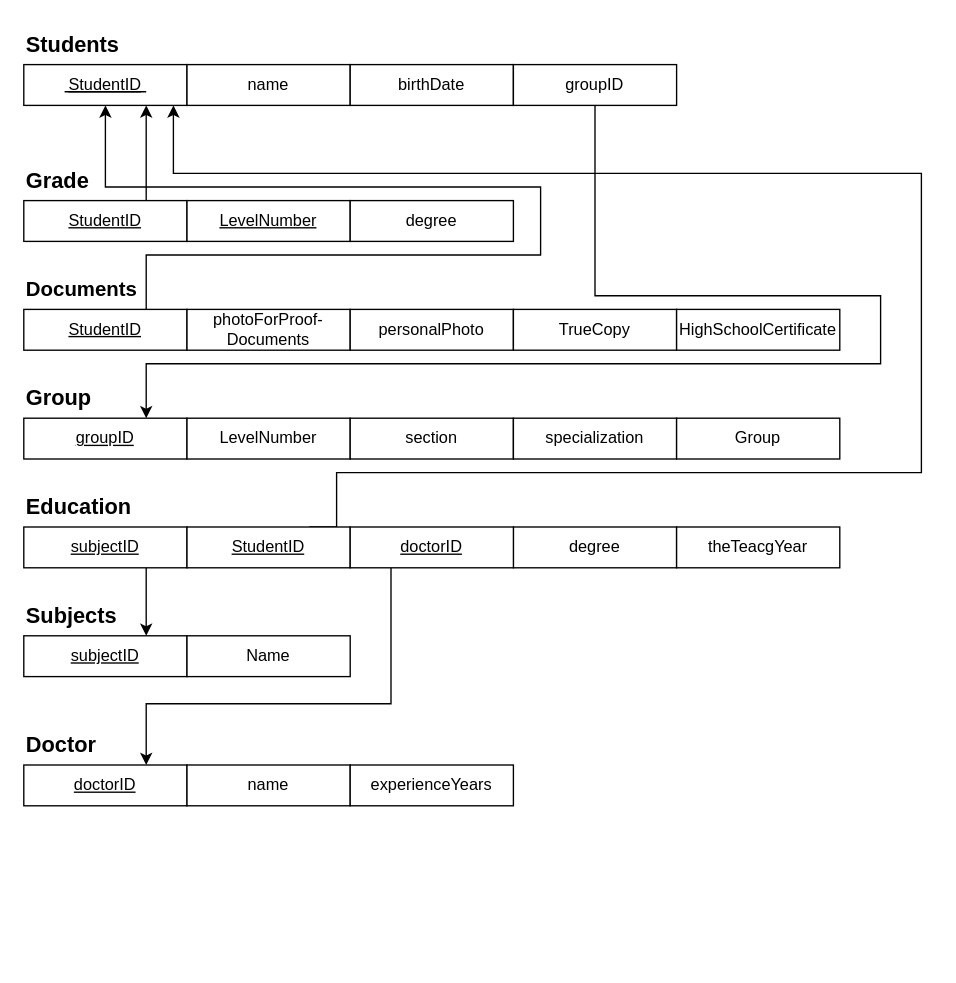
This is page "Copy of Copy of Page-2" (2 of 9) of Digrams, pdf/ERD-Tanzim.drawio from mohammed-aljablai/Tanzim, a draw.io file, before an edit. Source tidied: cells renumbered, new cells numbered last; positions are measured from the earlier drawing's top-left corner, leaving out a move shared by most shapes. Both pictures are drawn from the tidied source at 136%, with x=0, y=0 at pixel (23, 23).
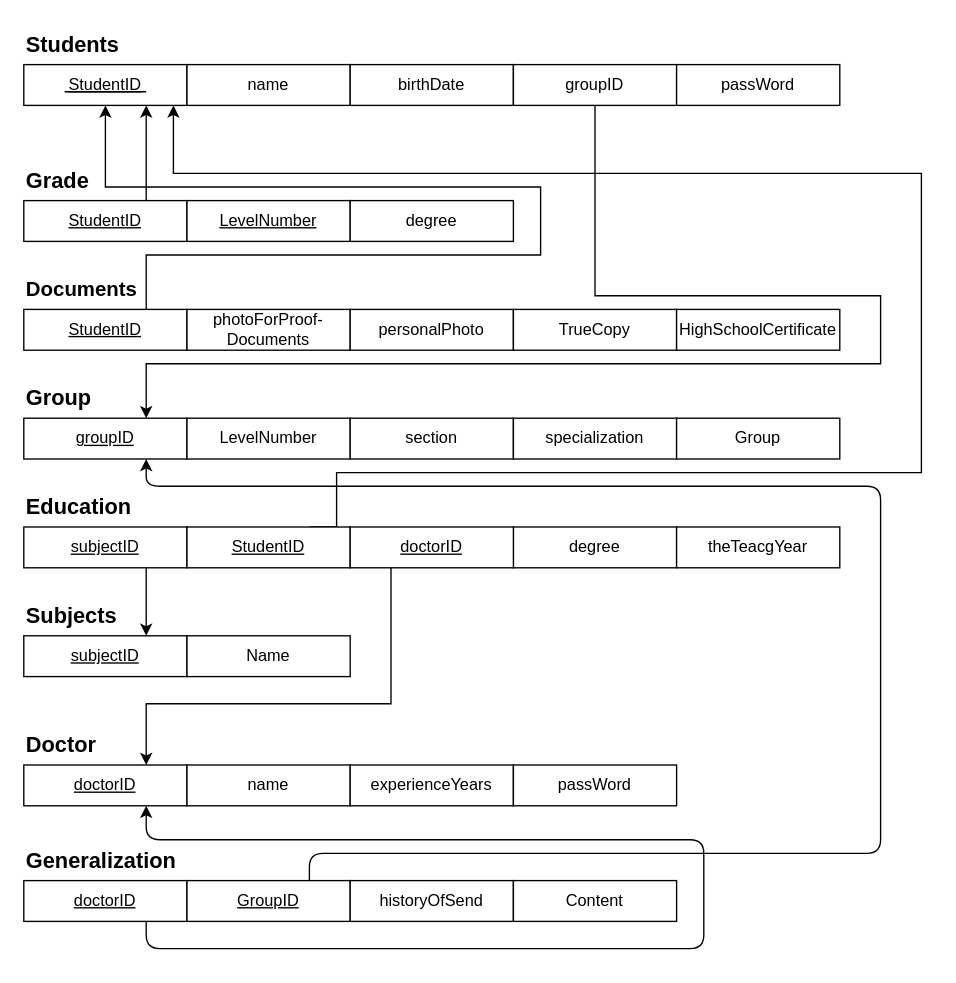
Above is the later version.

Unchanged cells that the change refers to:
```xml
<mxCell id="22" value="groupID" style="rounded=0;whiteSpace=wrap;html=1;fontStyle=4;" parent="1" vertex="1">
  <mxGeometry y="290" width="120" height="30" as="geometry" />
</mxCell>
<mxCell id="31" value="&lt;div style=&quot;text-align: left;&quot;&gt;&lt;span style=&quot;background-color: initial;&quot;&gt;&lt;font style=&quot;font-size: 12px;&quot;&gt;&lt;u&gt;doctorID&lt;/u&gt;&lt;/font&gt;&lt;/span&gt;&lt;/div&gt;" style="rounded=0;whiteSpace=wrap;html=1;" parent="1" vertex="1">
  <mxGeometry y="545" width="120" height="30" as="geometry" />
</mxCell>
```

What changed in the source:
```diff
@@
+    <mxCell id="43" value="passWord" style="rounded=0;whiteSpace=wrap;html=1;" parent="1" vertex="1">
+      <mxGeometry x="360" y="545" width="120" height="30" as="geometry" />
+    </mxCell>
+    <mxCell id="44" value="passWord" style="rounded=0;whiteSpace=wrap;html=1;" parent="1" vertex="1">
+      <mxGeometry x="480" y="30" width="120" height="30" as="geometry" />
+    </mxCell>
+    <mxCell id="45" value="&lt;b style=&quot;font-size: 16px; text-align: center;&quot;&gt;Generalization&lt;/b&gt;" style="text;html=1;align=left;verticalAlign=middle;whiteSpace=wrap;rounded=0;" parent="1" vertex="1">
+      <mxGeometry y="600" width="130" height="30" as="geometry" />
+    </mxCell>
+    <mxCell id="46" style="edgeStyle=orthogonalEdgeStyle;rounded=1;jettySize=auto;html=1;exitX=0.75;exitY=1;exitDx=0;exitDy=0;entryX=0.75;entryY=1;entryDx=0;entryDy=0;" parent="1" edge="1" source="47" target="31">
+      <mxGeometry relative="1" as="geometry">
+        <Array as="points">
+          <mxPoint x="90" y="680" />
+          <mxPoint x="500" y="680" />
+          <mxPoint x="500" y="600" />
+          <mxPoint x="90" y="600" />
+        </Array>
+      </mxGeometry>
+    </mxCell>
+    <mxCell id="47" value="&lt;div style=&quot;text-align: left;&quot;&gt;&lt;span style=&quot;background-color: initial;&quot;&gt;&lt;font style=&quot;font-size: 12px;&quot;&gt;&lt;u&gt;doctorID&lt;/u&gt;&lt;/font&gt;&lt;/span&gt;&lt;/div&gt;" style="rounded=0;whiteSpace=wrap;html=1;" parent="1" vertex="1">
+      <mxGeometry y="630" width="120" height="30" as="geometry" />
+    </mxCell>
+    <mxCell id="48" style="edgeStyle=orthogonalEdgeStyle;rounded=1;jettySize=auto;html=1;exitX=0.75;exitY=0;exitDx=0;exitDy=0;entryX=0.75;entryY=1;entryDx=0;entryDy=0;" parent="1" edge="1" source="49" target="22">
+      <mxGeometry relative="1" as="geometry">
+        <Array as="points">
+          <mxPoint x="210" y="610" />
+          <mxPoint x="630" y="610" />
+          <mxPoint x="630" y="340" />
+          <mxPoint x="90" y="340" />
+        </Array>
+      </mxGeometry>
+    </mxCell>
+    <mxCell id="49" value="&lt;u&gt;GroupID&lt;/u&gt;" style="rounded=0;whiteSpace=wrap;html=1;" parent="1" vertex="1">
+      <mxGeometry x="120" y="630" width="120" height="30" as="geometry" />
+    </mxCell>
+    <mxCell id="50" value="historyOfSend" style="rounded=0;whiteSpace=wrap;html=1;" parent="1" vertex="1">
+      <mxGeometry x="240" y="630" width="120" height="30" as="geometry" />
+    </mxCell>
+    <mxCell id="51" value="Content" style="rounded=0;whiteSpace=wrap;html=1;" parent="1" vertex="1">
+      <mxGeometry x="360" y="630" width="120" height="30" as="geometry" />
+    </mxCell>
```
